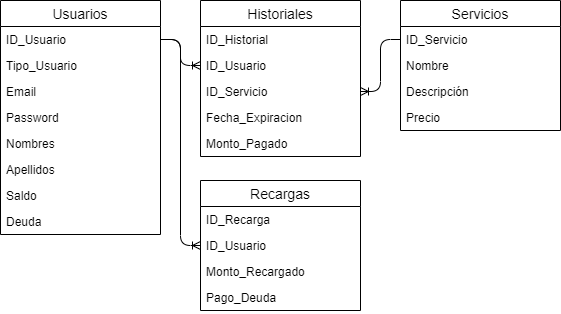
hernanreiq/credit-analyst keeps this draw.io diagram as models/analista-credito.png. Above is the earlier version. Source tidied: cells renumbered, new cells last; positions are measured from the earlier drawing's top-left corner, leaving out a move shared by most shapes.
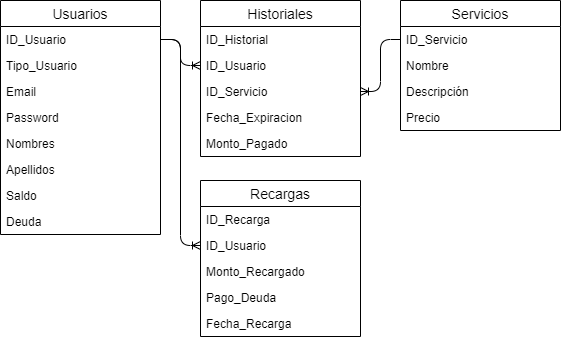
After the commit.

The edit, as a diff of the source:
```diff
@@ -69,7 +69,7 @@
       <mxGeometry y="104" width="160" height="26" as="geometry" />
     </mxCell>
     <mxCell id="24" value="Recargas" style="swimlane;fontStyle=0;horizontal=1;startSize=26;align=center;fontSize=14;" parent="1" vertex="1">
-      <mxGeometry x="200" y="180" width="160" height="130" as="geometry" />
+      <mxGeometry x="200" y="180" width="160" height="156" as="geometry" />
     </mxCell>
     <mxCell id="25" value="ID_Recarga" style="text;strokeColor=none;fillColor=none;spacingLeft=4;spacingRight=4;overflow=hidden;fontSize=12;" parent="24" vertex="1">
       <mxGeometry y="26" width="160" height="26" as="geometry" />
@@ -83,8 +83,11 @@
     <mxCell id="28" value="Pago_Deuda" style="text;strokeColor=none;fillColor=none;spacingLeft=4;spacingRight=4;overflow=hidden;fontSize=12;" parent="24" vertex="1">
       <mxGeometry y="104" width="160" height="26" as="geometry" />
     </mxCell>
-    <mxCell id="29" style="edgeStyle=orthogonalEdgeStyle;fontSize=12;html=1;endArrow=ERoneToMany;exitX=1;exitY=0.5;exitDx=0;exitDy=0;entryX=0;entryY=0.5;entryDx=0;entryDy=0;" parent="1" edge="1" source="11" target="26">
-      <mxGeometry relative="1" as="geometry" />
+    <mxCell id="29" value="Fecha_Recarga" style="text;strokeColor=none;fillColor=none;spacingLeft=4;spacingRight=4;overflow=hidden;fontSize=12;" parent="24" vertex="1">
+      <mxGeometry y="130" width="160" height="26" as="geometry" />
     </mxCell>
+    <mxCell id="30" style="edgeStyle=orthogonalEdgeStyle;fontSize=12;html=1;endArrow=ERoneToMany;exitX=1;exitY=0.5;exitDx=0;exitDy=0;entryX=0;entryY=0.5;entryDx=0;entryDy=0;" parent="1" edge="1" source="11" target="26">
+      <mxGeometry relative="1" as="geometry" />
+    </mxCell>
   </root>
 </mxGraphModel>
```
